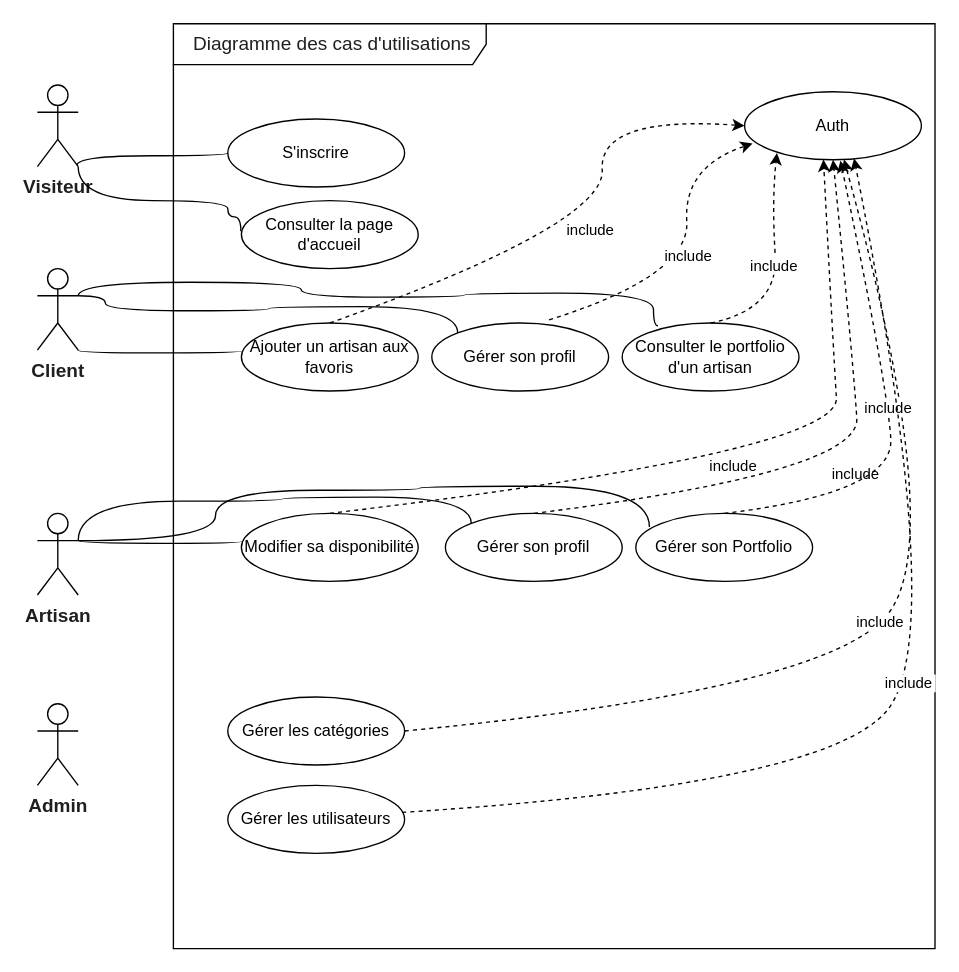
MohamedBoussouir/ArtisanConnect keeps this draw.io diagram as diagrammes/Diagramme des cas d'utilisations.drawio. Above is the earlier version. Source tidied: cells renumbered, new cells numbered last; positions are measured from the earlier drawing's top-left corner, leaving out a move shared by most shapes. Both pictures are drawn from the tidied source at 136%, with x=0, y=0 at pixel (37, 23).
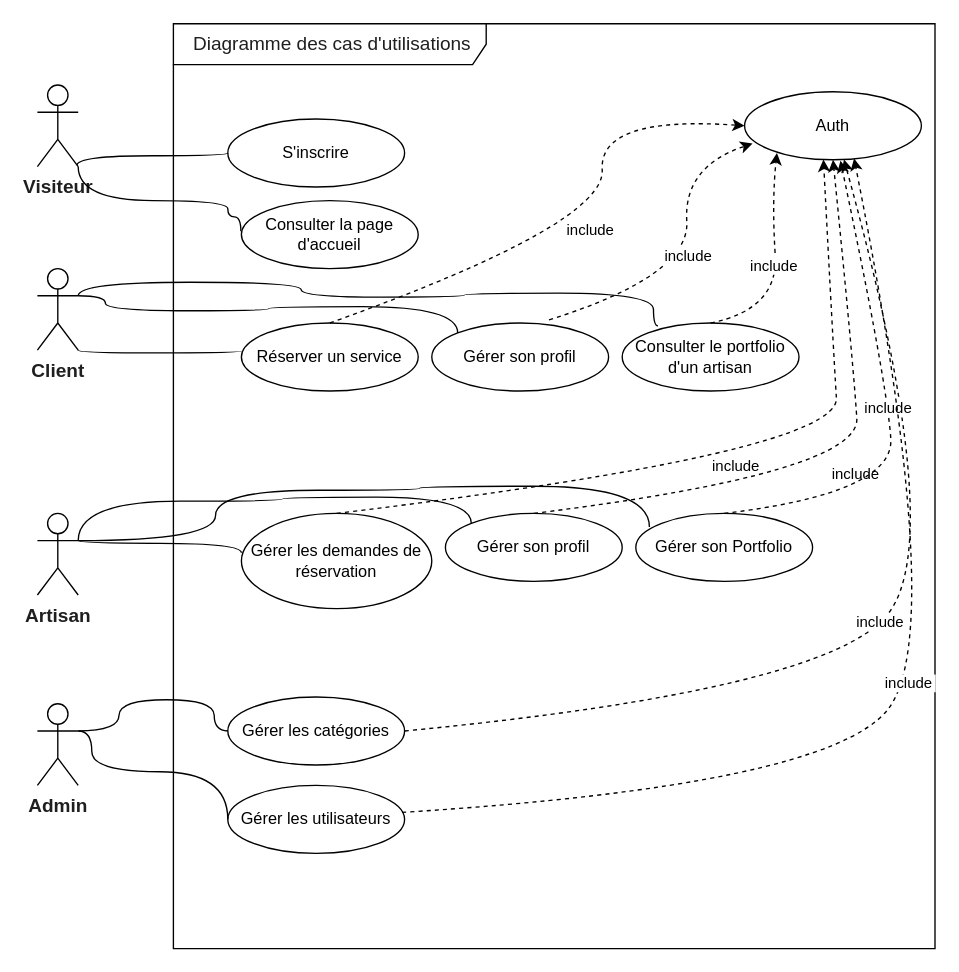
The same diagram, later.

Unchanged cells that the change refers to:
```xml
<mxCell id="29" value="&lt;span style=&quot;color: rgba(0, 0, 0, 0.88); font-family: &amp;quot;Nunito Sans&amp;quot;, &amp;quot;sans-serif&amp;quot;; font-size: 14px; font-weight: 700; text-align: start; text-wrap-mode: wrap; background-color: rgb(255, 255, 255);&quot;&gt;Admin&lt;/span&gt;" style="shape=umlActor;verticalLabelPosition=bottom;verticalAlign=top;html=1;" parent="1" vertex="1">
  <mxGeometry y="500" width="30" height="60" as="geometry" />
</mxCell>
<mxCell id="38" value="Gérer les catégories " style="ellipse;whiteSpace=wrap;html=1;" parent="1" vertex="1">
  <mxGeometry x="140" y="495" width="130" height="50" as="geometry" />
</mxCell>
<mxCell id="39" value="Gérer les utilisateurs " style="ellipse;whiteSpace=wrap;html=1;" parent="1" vertex="1">
  <mxGeometry x="140" y="560" width="130" height="50" as="geometry" />
</mxCell>
```

Diff of the diagram source:
```diff
@@
-    <mxCell id="13" value="Ajouter un artisan aux favoris " style="ellipse;whiteSpace=wrap;html=1;" parent="1" vertex="1">
+    <mxCell id="13" value="Réserver un service " style="ellipse;whiteSpace=wrap;html=1;" parent="1" vertex="1">
       <mxGeometry x="150" y="220" width="130" height="50" as="geometry" />
     </mxCell>
@@
-    <mxCell id="23" value="Modifier sa disponibilité " style="ellipse;whiteSpace=wrap;html=1;" parent="1" vertex="1">
-      <mxGeometry x="150" y="360" width="130" height="50" as="geometry" />
+    <mxCell id="23" value="Gérer les demandes de réservation " style="ellipse;whiteSpace=wrap;html=1;" parent="1" vertex="1">
+      <mxGeometry x="150" y="360" width="140" height="70" as="geometry" />
     </mxCell>
@@
+    <mxCell id="42" style="endArrow=none;html=1;rounded=0;entryX=0;entryY=0.5;entryDx=0;entryDy=0;edgeStyle=orthogonalEdgeStyle;curved=1;exitX=1;exitY=0.3333333333333333;exitDx=0;exitDy=0;exitPerimeter=0;" parent="1" edge="1" source="29" target="38">
+      <mxGeometry relative="1" as="geometry">
+        <Array as="points">
+          <mxPoint x="60" y="520" />
+          <mxPoint x="60" y="497" />
+          <mxPoint x="130" y="497" />
+          <mxPoint x="130" y="520" />
+        </Array>
+      </mxGeometry>
+    </mxCell>
+    <mxCell id="43" style="endArrow=none;html=1;rounded=0;entryX=0;entryY=0.5;entryDx=0;entryDy=0;edgeStyle=orthogonalEdgeStyle;curved=1;exitX=1;exitY=0.3333333333333333;exitDx=0;exitDy=0;exitPerimeter=0;" parent="1" edge="1" source="29" target="39">
+      <mxGeometry relative="1" as="geometry">
+        <Array as="points">
+          <mxPoint x="40" y="520" />
+          <mxPoint x="40" y="550" />
+          <mxPoint x="140" y="550" />
+        </Array>
+      </mxGeometry>
+    </mxCell>
```
